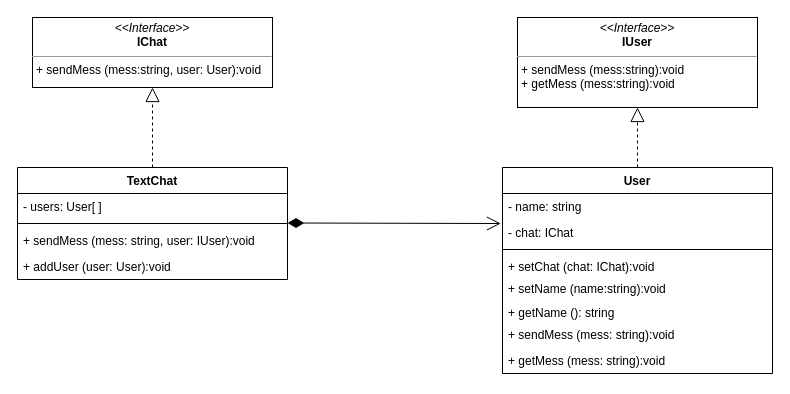
The draw.io diagram PATTERNS/Behavioral/4-Mediator/src/Mediator.drawio in MTONSEG/ts-learn, before the edit. Source tidied: cells renumbered, new cells numbered last; positions are measured from the earlier drawing's top-left corner, leaving out a move shared by most shapes. Both pictures are drawn from the tidied source at 100%, with x=0, y=0 at pixel (17, 17).
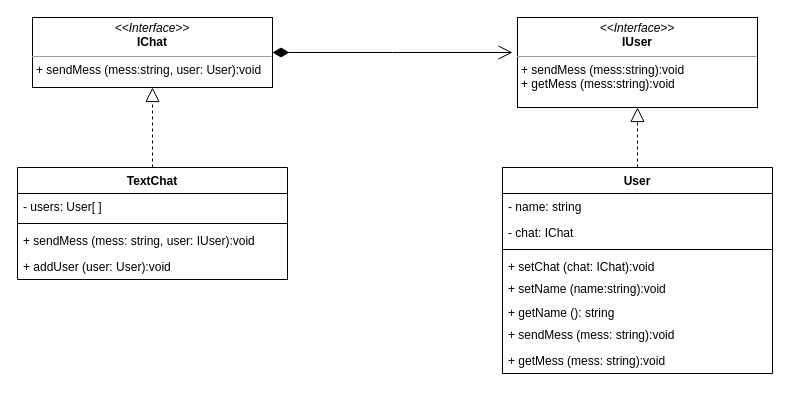
The same diagram, later.

Commit message:
update mediator pattern

The change refers to these unchanged cells:
```xml
<mxCell id="2" value="&lt;p style=&quot;margin:0px;margin-top:4px;text-align:center;&quot;&gt;&lt;i&gt;&amp;lt;&amp;lt;Interface&amp;gt;&amp;gt;&lt;/i&gt;&lt;br&gt;&lt;b&gt;IChat&lt;/b&gt;&lt;/p&gt;&lt;hr size=&quot;1&quot;&gt;&lt;p style=&quot;margin:0px;margin-left:4px;&quot;&gt;+ sendMess (mess:string, user: User):void&lt;/p&gt;" style="verticalAlign=top;align=left;overflow=fill;fontSize=12;fontFamily=Helvetica;html=1;" parent="1" vertex="1">
  <mxGeometry x="15" width="240" height="70" as="geometry" />
</mxCell>
<mxCell id="6" value="- chat: IChat" style="text;strokeColor=none;fillColor=none;align=left;verticalAlign=top;spacingLeft=4;spacingRight=4;overflow=hidden;points=[[0,0.5],[1,0.5]];portConstraint=eastwest;" parent="4" vertex="1">
  <mxGeometry y="52" width="270" height="26" as="geometry" />
</mxCell>
```

What changed in the source:
```diff
@@
-    <mxCell id="20" style="endArrow=open;html=1;endSize=12;startArrow=diamondThin;startSize=14;startFill=1;edgeStyle=orthogonalEdgeStyle;align=left;verticalAlign=bottom;rounded=0;entryX=-0.006;entryY=0.154;entryDx=0;entryDy=0;entryPerimeter=0;" parent="1" edge="1" target="6">
+    <mxCell id="20" style="endArrow=open;html=1;endSize=12;startArrow=diamondThin;startSize=14;startFill=1;edgeStyle=orthogonalEdgeStyle;align=left;verticalAlign=bottom;rounded=0;exitX=1;exitY=0.5;exitDx=0;exitDy=0;" parent="1" edge="1" source="2">
       <mxGeometry x="-1" y="3" relative="1" as="geometry">
-        <mxPoint x="270" y="205.5" as="sourcePoint" />
+        <mxPoint x="495" y="35" as="targetPoint" />
       </mxGeometry>
     </mxCell>
```
